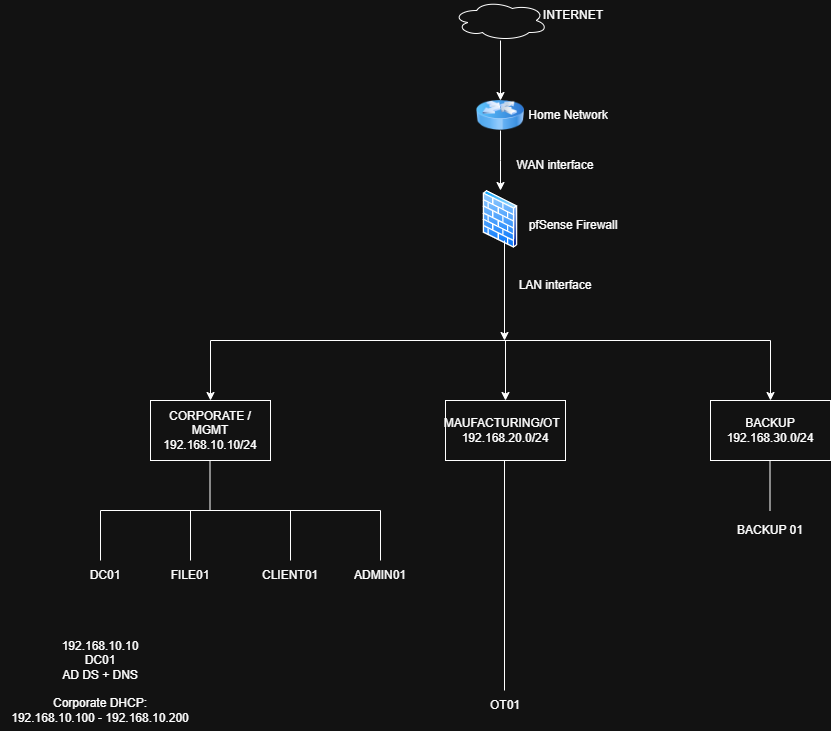
Earlier version of the draw.io export 02-Architecture/diagrams/network-architecture.png (brightatiba/Active-Directory-Cybersecurity-Lab). Source tidied: cells renumbered, new cells last; positions are measured from the earlier drawing's top-left corner, leaving out a move shared by most shapes.
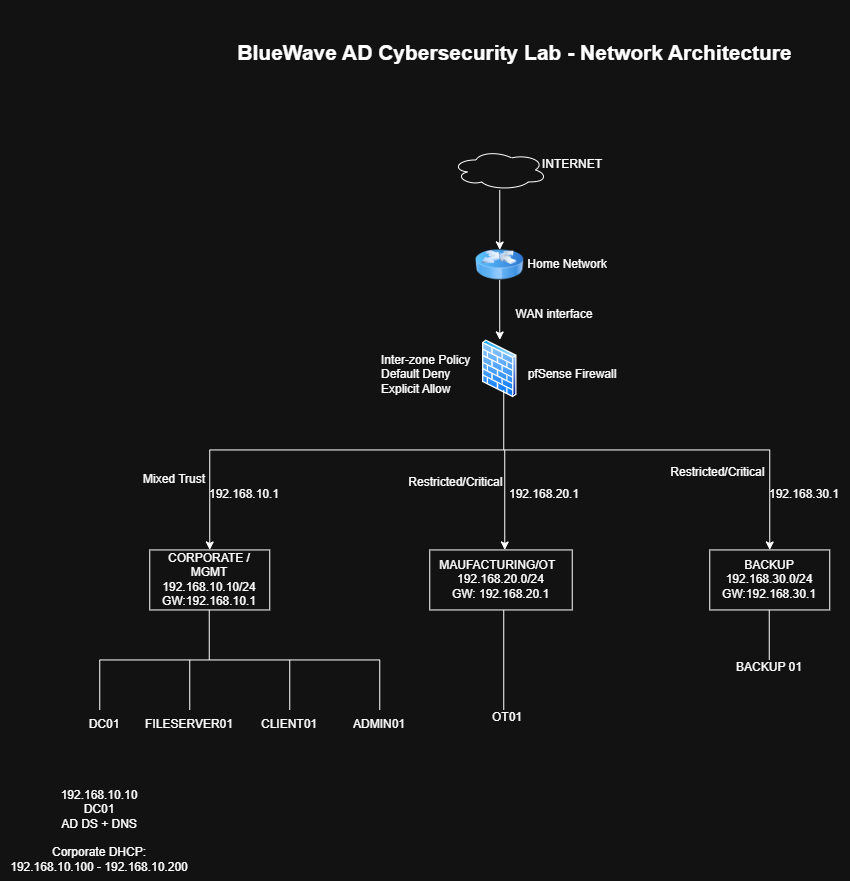
The same file after the commit.

Change to the diagram source:
```diff
@@ -19,35 +19,35 @@
     </mxCell>
     <mxCell id="7" style="endArrow=none;html=1;rounded=0;" parent="1" edge="1">
       <mxGeometry relative="1" as="geometry">
-        <mxPoint x="210" y="340" as="sourcePoint" />
-        <mxPoint x="770" y="340" as="targetPoint" />
+        <mxPoint x="210" y="300" as="sourcePoint" />
+        <mxPoint x="770" y="300" as="targetPoint" />
       </mxGeometry>
     </mxCell>
     <mxCell id="8" style="endArrow=classic;html=1;rounded=0;" parent="1" edge="1">
       <mxGeometry relative="1" as="geometry">
-        <mxPoint x="210" y="340" as="sourcePoint" />
+        <mxPoint x="210" y="300" as="sourcePoint" />
         <mxPoint x="210" y="400" as="targetPoint" />
       </mxGeometry>
     </mxCell>
     <mxCell id="9" style="endArrow=classic;html=1;rounded=0;" parent="1" edge="1">
       <mxGeometry relative="1" as="geometry">
-        <mxPoint x="505" y="340" as="sourcePoint" />
+        <mxPoint x="505" y="300" as="sourcePoint" />
         <mxPoint x="505" y="400" as="targetPoint" />
       </mxGeometry>
     </mxCell>
     <mxCell id="10" style="endArrow=classic;html=1;rounded=0;" parent="1" edge="1">
       <mxGeometry relative="1" as="geometry">
-        <mxPoint x="770" y="340" as="sourcePoint" />
+        <mxPoint x="770" y="300" as="sourcePoint" />
         <mxPoint x="770" y="400" as="targetPoint" />
       </mxGeometry>
     </mxCell>
-    <mxCell id="11" value="CORPORATE / MGMT 192.168.10.10/24" style="rounded=0;whiteSpace=wrap;html=1;" parent="1" vertex="1">
+    <mxCell id="11" value="CORPORATE / MGMT 192.168.10.10/24&lt;div&gt;GW:192.168.10.1&lt;/div&gt;" style="rounded=0;whiteSpace=wrap;html=1;" parent="1" vertex="1">
       <mxGeometry x="150" y="400" width="120" height="60" as="geometry" />
     </mxCell>
-    <mxCell id="12" value="MAUFACTURING/OT&amp;nbsp;&amp;nbsp;&lt;div&gt;192.168.20.0/24&lt;/div&gt;" style="rounded=0;whiteSpace=wrap;html=1;" parent="1" vertex="1">
-      <mxGeometry x="445" y="400" width="120" height="60" as="geometry" />
+    <mxCell id="12" value="MAUFACTURING/OT&amp;nbsp;&amp;nbsp;&lt;div&gt;192.168.20.0/24&lt;/div&gt;&lt;div&gt;GW: 192.168.20.1&lt;/div&gt;" style="rounded=0;whiteSpace=wrap;html=1;" parent="1" vertex="1">
+      <mxGeometry x="430" y="400" width="142.5" height="60" as="geometry" />
     </mxCell>
-    <mxCell id="13" value="BACKUP&lt;div&gt;192.168.30.0/24&lt;/div&gt;" style="rounded=0;whiteSpace=wrap;html=1;" parent="1" vertex="1">
+    <mxCell id="13" value="BACKUP&lt;div&gt;192.168.30.0/24&lt;/div&gt;&lt;div&gt;GW:192.168.30.1&lt;/div&gt;" style="rounded=0;whiteSpace=wrap;html=1;" parent="1" vertex="1">
       <mxGeometry x="710" y="400" width="120" height="60" as="geometry" />
     </mxCell>
     <mxCell id="14" style="endArrow=none;html=1;rounded=0;" parent="1" edge="1">
@@ -58,7 +58,7 @@
     </mxCell>
     <mxCell id="15" style="endArrow=none;html=1;rounded=0;" parent="1" edge="1">
       <mxGeometry relative="1" as="geometry">
-        <mxPoint x="504" y="690" as="sourcePoint" />
+        <mxPoint x="504" y="560" as="sourcePoint" />
         <mxPoint x="504" y="460" as="targetPoint" />
       </mxGeometry>
     </mxCell>
@@ -101,8 +101,8 @@
     <mxCell id="22" value="DC01&lt;span style=&quot;color: rgba(0, 0, 0, 0); font-family: monospace; font-size: 0px; text-align: start; white-space: nowrap;&quot;&gt;%3CmxGraphModel%3E%3Croot%3E%3CmxCell%20id%3D%220%22%2F%3E%3CmxCell%20id%3D%221%22%20parent%3D%220%22%2F%3E%3CmxCell%20id%3D%222%22%20edge%3D%221%22%20parent%3D%221%22%20style%3D%22endArrow%3Dnone%3Bhtml%3D1%3Brounded%3D0%3B%22%20value%3D%22%22%3E%3CmxGeometry%20height%3D%2250%22%20relative%3D%221%22%20width%3D%2250%22%20as%3D%22geometry%22%3E%3CmxPoint%20x%3D%22190%22%20y%3D%22580%22%20as%3D%22sourcePoint%22%2F%3E%3CmxPoint%20x%3D%22190%22%20y%3D%22530%22%20as%3D%22targetPoint%22%2F%3E%3C%2FmxGeometry%3E%3C%2FmxCell%3E%3C%2Froot%3E%3C%2FmxGraphModel%3E&lt;/span&gt;" style="text;html=1;whiteSpace=wrap;strokeColor=none;fillColor=none;align=center;verticalAlign=middle;rounded=0;" parent="1" vertex="1">
       <mxGeometry x="80" y="560" width="50" height="30" as="geometry" />
     </mxCell>
-    <mxCell id="23" value="FILE01" style="text;html=1;whiteSpace=wrap;strokeColor=none;fillColor=none;align=center;verticalAlign=middle;rounded=0;" parent="1" vertex="1">
-      <mxGeometry x="160" y="560" width="60" height="30" as="geometry" />
+    <mxCell id="23" value="FILESERVER01" style="text;html=1;whiteSpace=wrap;strokeColor=none;fillColor=none;align=center;verticalAlign=middle;rounded=0;" parent="1" vertex="1">
+      <mxGeometry x="135" y="560" width="110" height="30" as="geometry" />
     </mxCell>
     <mxCell id="24" value="CLIENT01" style="text;html=1;whiteSpace=wrap;strokeColor=none;fillColor=none;align=center;verticalAlign=middle;rounded=0;" parent="1" vertex="1">
       <mxGeometry x="250" y="560" width="80" height="30" as="geometry" />
@@ -111,10 +111,10 @@
       <mxGeometry x="340" y="560" width="80" height="30" as="geometry" />
     </mxCell>
     <mxCell id="26" value="OT01" style="text;html=1;whiteSpace=wrap;strokeColor=none;fillColor=none;align=center;verticalAlign=middle;rounded=0;" parent="1" vertex="1">
-      <mxGeometry x="480" y="690" width="50" height="30" as="geometry" />
+      <mxGeometry x="482.4" y="553" width="50" height="30" as="geometry" />
     </mxCell>
     <mxCell id="27" value="BACKUP 01" style="text;html=1;whiteSpace=wrap;strokeColor=none;fillColor=none;align=center;verticalAlign=middle;rounded=0;" parent="1" vertex="1">
-      <mxGeometry x="725" y="515" width="90" height="30" as="geometry" />
+      <mxGeometry x="725" y="503" width="90" height="30" as="geometry" />
     </mxCell>
     <mxCell id="28" value="192.168.10.10&lt;div&gt;DC01&lt;/div&gt;&lt;div&gt;AD DS + DNS&lt;/div&gt;" style="text;html=1;whiteSpace=wrap;strokeColor=none;fillColor=none;align=center;verticalAlign=middle;rounded=0;" parent="1" vertex="1">
       <mxGeometry x="50" y="630" width="100" height="60" as="geometry" />
@@ -122,10 +122,10 @@
     <mxCell id="29" value="Corporate DHCP:&lt;div&gt;192.168.10.100 - 192.168.10.200&lt;/div&gt;" style="text;html=1;whiteSpace=wrap;strokeColor=none;fillColor=none;align=center;verticalAlign=middle;rounded=0;" parent="1" vertex="1">
       <mxGeometry y="690" width="200" height="40" as="geometry" />
     </mxCell>
-    <mxCell id="30" style="edgeStyle=orthogonalEdgeStyle;rounded=0;orthogonalLoop=1;jettySize=auto;html=1;" parent="1" edge="1">
+    <mxCell id="30" style="edgeStyle=orthogonalEdgeStyle;rounded=0;orthogonalLoop=1;jettySize=auto;html=1;endArrow=none;endFill=0;" parent="1" edge="1">
       <mxGeometry relative="1" as="geometry">
         <mxPoint x="504" y="240" as="sourcePoint" />
-        <mxPoint x="504" y="340" as="targetPoint" />
+        <mxPoint x="504" y="300" as="targetPoint" />
       </mxGeometry>
     </mxCell>
     <mxCell id="31" value="INTERNET" style="text;html=1;whiteSpace=wrap;strokeColor=none;fillColor=none;align=center;verticalAlign=middle;rounded=0;" parent="1" vertex="1">
@@ -137,11 +137,32 @@
     <mxCell id="33" value="pfSense Firewall" style="text;html=1;whiteSpace=wrap;strokeColor=none;fillColor=none;align=center;verticalAlign=middle;rounded=0;" parent="1" vertex="1">
       <mxGeometry x="517.5" y="210" width="110" height="30" as="geometry" />
     </mxCell>
-    <mxCell id="34" value="LAN interface" style="text;html=1;whiteSpace=wrap;strokeColor=none;fillColor=none;align=center;verticalAlign=middle;rounded=0;" parent="1" vertex="1">
-      <mxGeometry x="505" y="270" width="100" height="30" as="geometry" />
-    </mxCell>
     <mxCell id="35" value="WAN interface" style="text;html=1;whiteSpace=wrap;strokeColor=none;fillColor=none;align=center;verticalAlign=middle;rounded=0;" parent="1" vertex="1">
       <mxGeometry x="505" y="150" width="100" height="30" as="geometry" />
     </mxCell>
+    <mxCell id="36" value="192.168.10.1" style="text;html=1;whiteSpace=wrap;strokeColor=none;fillColor=none;align=center;verticalAlign=middle;rounded=0;" parent="1" vertex="1">
+      <mxGeometry x="200" y="330" width="90" height="30" as="geometry" />
+    </mxCell>
+    <mxCell id="37" value="192.168.20.1" style="text;html=1;whiteSpace=wrap;strokeColor=none;fillColor=none;align=center;verticalAlign=middle;rounded=0;" parent="1" vertex="1">
+      <mxGeometry x="500" y="330" width="90" height="30" as="geometry" />
+    </mxCell>
+    <mxCell id="38" value="192.168.30.1" style="text;html=1;whiteSpace=wrap;strokeColor=none;fillColor=none;align=center;verticalAlign=middle;rounded=0;" parent="1" vertex="1">
+      <mxGeometry x="760" y="330" width="90" height="30" as="geometry" />
+    </mxCell>
+    <mxCell id="39" value="Restricted/Critical&amp;nbsp;&lt;div&gt;&lt;br&gt;&lt;/div&gt;" style="text;html=1;whiteSpace=wrap;strokeColor=none;fillColor=none;align=center;verticalAlign=middle;rounded=0;" parent="1" vertex="1">
+      <mxGeometry x="397.6" y="320" width="120" height="40" as="geometry" />
+    </mxCell>
+    <mxCell id="40" value="Restricted/Critical&amp;nbsp;&lt;div&gt;&lt;br&gt;&lt;/div&gt;" style="text;html=1;whiteSpace=wrap;strokeColor=none;fillColor=none;align=center;verticalAlign=middle;rounded=0;" parent="1" vertex="1">
+      <mxGeometry x="660" y="310" width="120" height="40" as="geometry" />
+    </mxCell>
+    <mxCell id="41" value="Mixed&amp;nbsp;&lt;span style=&quot;background-color: transparent; color: light-dark(rgb(0, 0, 0), rgb(255, 255, 255));&quot;&gt;Trust&lt;/span&gt;" style="text;html=1;whiteSpace=wrap;strokeColor=none;fillColor=none;align=center;verticalAlign=middle;rounded=0;" parent="1" vertex="1">
+      <mxGeometry x="130" y="315" width="90" height="30" as="geometry" />
+    </mxCell>
+    <mxCell id="42" value="Inter-zone Policy&lt;div&gt;Default Deny&lt;/div&gt;&lt;div&gt;Explicit Allow&lt;/div&gt;" style="text;html=1;whiteSpace=wrap;strokeColor=none;fillColor=none;align=left;verticalAlign=middle;rounded=0;" parent="1" vertex="1">
+      <mxGeometry x="380" y="195" width="110" height="60" as="geometry" />
+    </mxCell>
+    <mxCell id="43" value="BlueWave AD Cybersecurity Lab - Network Architecture" style="text;strokeColor=none;fillColor=none;html=1;fontSize=21;fontStyle=1;verticalAlign=middle;align=center;autosizeText=1;" parent="1" vertex="1">
+      <mxGeometry x="250" y="-150" width="530" height="105" as="geometry" />
+    </mxCell>
   </root>
 </mxGraphModel>
```
